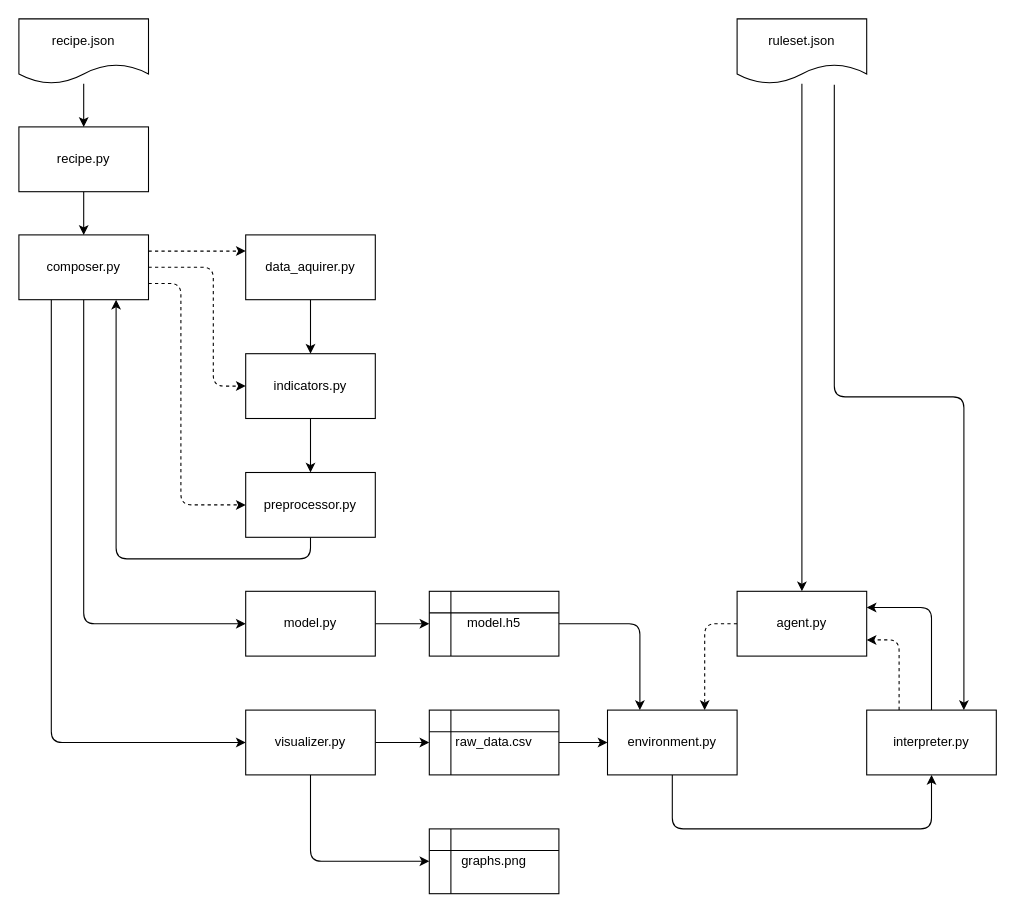
Before: doc/model_overview.drawio in Franzelfx/forex-predicter, a draw.io diagram. Source tidied: cells renumbered, new cells numbered last; positions are measured from the earlier drawing's top-left corner, leaving out a move shared by most shapes. Both pictures are drawn from the tidied source at 108%, with x=0, y=0 at pixel (18, 18).
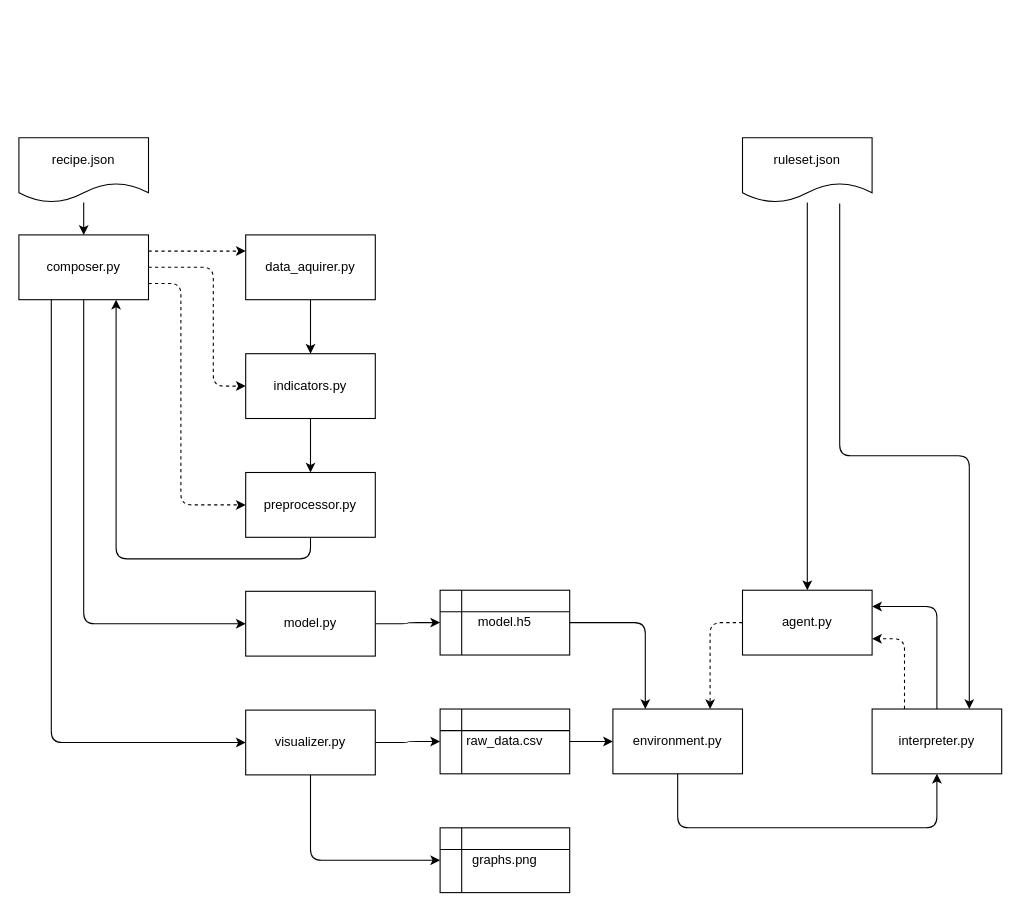
The same diagram, later.

Commit message (it also covers changes not shown here):
ADDED branched model

The change refers to these unchanged cells:
```xml
<mxCell id="7" value="composer.py" style="rounded=0;whiteSpace=wrap;html=1;verticalAlign=middle;align=center;" parent="1" vertex="1">
  <mxGeometry y="200" width="120" height="60" as="geometry" />
</mxCell>
```

What changed in the source:
```diff
@@
     <mxCell id="21" value="interpreter.py" style="rounded=0;whiteSpace=wrap;html=1;verticalAlign=middle;align=center;" parent="1" vertex="1">
-      <mxGeometry x="785" y="640" width="120" height="60" as="geometry" />
+      <mxGeometry x="790" y="639" width="120" height="60" as="geometry" />
     </mxCell>
-    <mxCell id="22" style="edgeStyle=none;html=1;" parent="1" edge="1" source="23" target="7">
-      <mxGeometry relative="1" as="geometry" />
-    </mxCell>
-    <mxCell id="23" value="recipe.py" style="rounded=0;whiteSpace=wrap;html=1;verticalAlign=middle;align=center;" parent="1" vertex="1">
-      <mxGeometry y="100" width="120" height="60" as="geometry" />
-    </mxCell>
-    <mxCell id="24" style="edgeStyle=none;html=1;" parent="1" edge="1" source="25" target="23">
-      <mxGeometry relative="1" as="geometry" />
-    </mxCell>
+    <mxCell id="38" style="edgeStyle=none;html=1;" parent="1" edge="1" source="25" target="7">
+      <mxGeometry relative="1" as="geometry" />
+    </mxCell>
     <mxCell id="25" value="recipe.json" style="shape=document;whiteSpace=wrap;html=1;boundedLbl=1;" parent="1" vertex="1">
-      <mxGeometry width="120" height="60" as="geometry" />
+      <mxGeometry y="110" width="120" height="60" as="geometry" />
     </mxCell>
@@
     <mxCell id="27" value="model.h5" style="shape=internalStorage;whiteSpace=wrap;html=1;backgroundOutline=1;" parent="1" vertex="1">
-      <mxGeometry x="380" y="530" width="120" height="60" as="geometry" />
+      <mxGeometry x="390" y="529" width="120" height="60" as="geometry" />
     </mxCell>
@@
     <mxCell id="30" value="ruleset.json" style="shape=document;whiteSpace=wrap;html=1;boundedLbl=1;points=[[0,0.25,0,0,0],[0,0.5,0,0,0],[0,0.75,0,0,0],[0.25,0,0,0,0],[0.25,1,0,0,1],[0.5,0,0,0,0],[0.5,1,0,0,1],[0.75,0,0,0,0],[0.75,1,0,0,1],[1,0.25,0,0,0],[1,0.5,0,0,0],[1,0.75,0,0,0]];" parent="1" vertex="1">
-      <mxGeometry x="665" width="120" height="60" as="geometry" />
+      <mxGeometry x="670" y="110" width="120" height="60" as="geometry" />
     </mxCell>
@@
     <mxCell id="32" value="raw_data.csv" style="shape=internalStorage;whiteSpace=wrap;html=1;backgroundOutline=1;" parent="1" vertex="1">
-      <mxGeometry x="380" y="640" width="120" height="60" as="geometry" />
+      <mxGeometry x="390" y="639" width="120" height="60" as="geometry" />
     </mxCell>
     <mxCell id="33" value="graphs.png" style="shape=internalStorage;whiteSpace=wrap;html=1;backgroundOutline=1;" parent="1" vertex="1">
-      <mxGeometry x="380" y="750" width="120" height="60" as="geometry" />
+      <mxGeometry x="390" y="749" width="120" height="60" as="geometry" />
     </mxCell>
@@
     <mxCell id="35" value="agent.py" style="rounded=0;whiteSpace=wrap;html=1;verticalAlign=middle;align=center;" parent="1" vertex="1">
-      <mxGeometry x="665" y="530" width="120" height="60" as="geometry" />
+      <mxGeometry x="670" y="529" width="120" height="60" as="geometry" />
     </mxCell>
     <mxCell id="36" style="edgeStyle=orthogonalEdgeStyle;html=1;exitX=0.5;exitY=1;exitDx=0;exitDy=0;entryX=0.5;entryY=1;entryDx=0;entryDy=0;" parent="1" edge="1" source="37" target="21">
       <mxGeometry relative="1" as="geometry">
         <Array as="points">
-          <mxPoint x="605" y="750" />
-          <mxPoint x="845" y="750" />
+          <mxPoint x="610" y="749" />
+          <mxPoint x="850" y="749" />
         </Array>
       </mxGeometry>
     </mxCell>
     <mxCell id="37" value="environment.py" style="rounded=0;whiteSpace=wrap;html=1;verticalAlign=middle;align=center;" parent="1" vertex="1">
-      <mxGeometry x="545" y="640" width="120" height="60" as="geometry" />
+      <mxGeometry x="550" y="639" width="120" height="60" as="geometry" />
     </mxCell>
```
